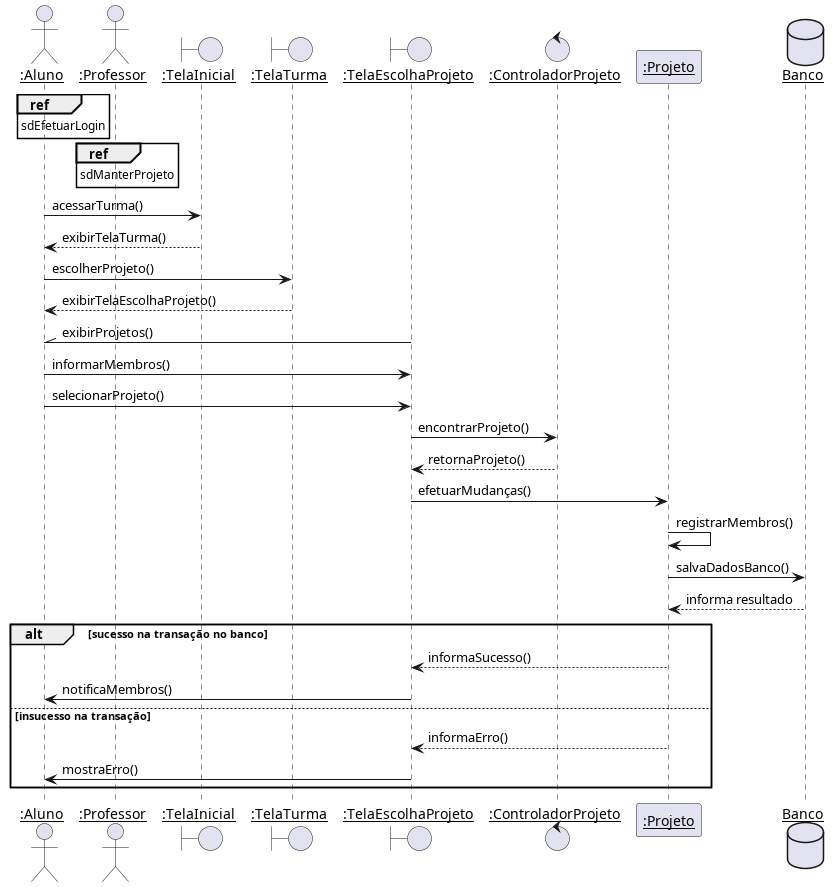
Pedro-V/projetorium keeps this PlantUML diagram as diagramas/sequencia/escolher_projeto.png. Above is the earlier version. The source it was exported from:
```plantuml
@startuml
skinparam sequenceParticipant underline

actor ":Aluno" as Aluno
actor ":Professor" as Professor
boundary ":TelaInicial" as TelaInicial
boundary ":TelaTurma" as TelaTurma
boundary ":TelaEscolhaProjeto" as TelaEscolhaProjeto
control ":ControladorProjeto" as ControladorProjeto
participant ":Projeto" as Projeto
database Banco

ref over Aluno : sdEfetuarLogin
ref over Professor : sdManterProjeto

Aluno -> TelaInicial : acessarTurma()
TelaInicial --> Aluno : exibirTelaTurma()
Aluno -> TelaTurma : escolherProjeto()
TelaTurma --> Aluno : exibirTelaEscolhaProjeto()
TelaEscolhaProjeto -\\ Aluno : exibirProjetos()
Aluno -> TelaEscolhaProjeto : informarMembros()
Aluno -> TelaEscolhaProjeto : selecionarProjeto()
TelaEscolhaProjeto -> ControladorProjeto : encontrarProjeto()
ControladorProjeto --> TelaEscolhaProjeto : retornaProjeto()
TelaEscolhaProjeto -> Projeto : efetuarMudanças()
Projeto -> Projeto : registrarMembros()
Projeto -> Banco : salvaDadosBanco()
Banco --> Projeto : informa resultado
alt sucesso na transação no banco
    Projeto --> TelaEscolhaProjeto : informaSucesso()
    TelaEscolhaProjeto -> Aluno : notificaMembros()
else insucesso na transação
    Projeto --> TelaEscolhaProjeto : informaErro()
    TelaEscolhaProjeto -> Aluno : mostraErro()
end
@enduml
```
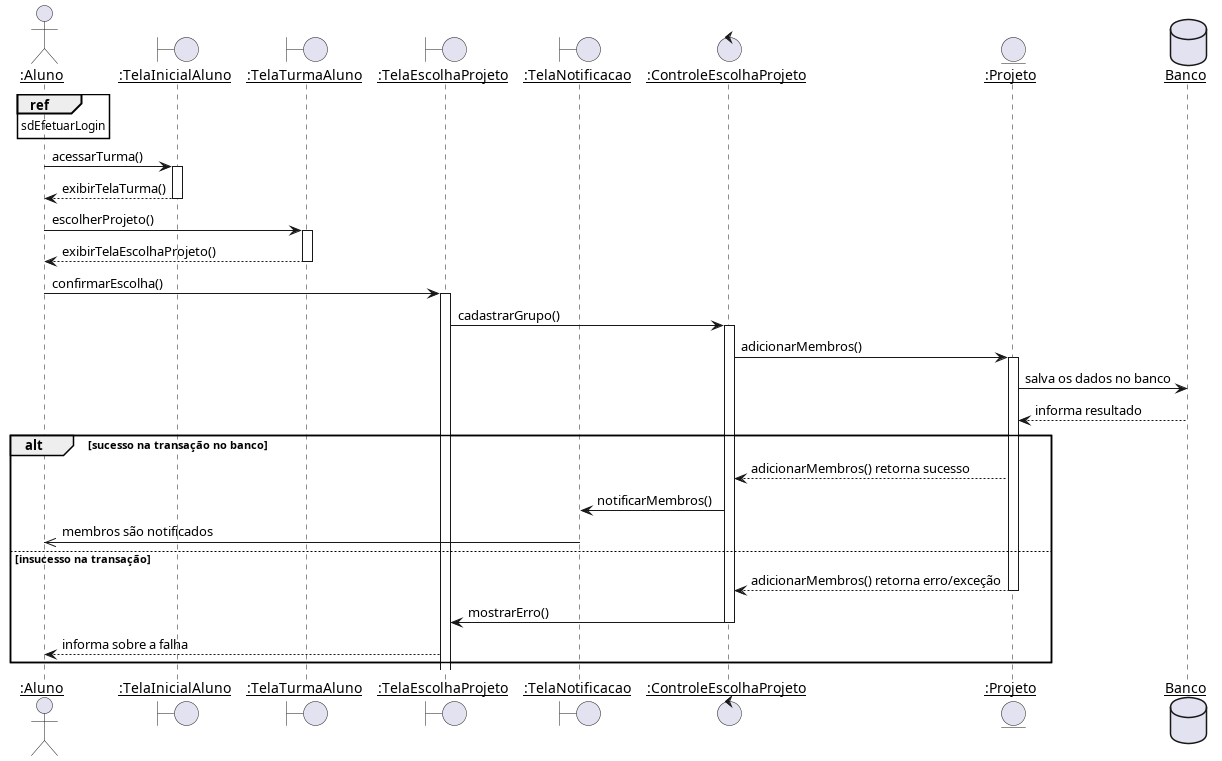
The same diagram one commit later.

Diff of the diagram source:
```diff
@@ -2,35 +2,32 @@
 skinparam sequenceParticipant underline
 
 actor ":Aluno" as Aluno
-actor ":Professor" as Professor
-boundary ":TelaInicial" as TelaInicial
-boundary ":TelaTurma" as TelaTurma
+boundary ":TelaInicialAluno" as TelaInicialTurma
+boundary ":TelaTurmaAluno" as TelaTurmaAluno
 boundary ":TelaEscolhaProjeto" as TelaEscolhaProjeto
-control ":ControladorProjeto" as ControladorProjeto
-participant ":Projeto" as Projeto
+boundary ":TelaNotificacao" as TelaNotificacao
+control ":ControleEscolhaProjeto" as ControleEscolhaProjeto
+entity ":Projeto" as Projeto
 database Banco
 
 ref over Aluno : sdEfetuarLogin
-ref over Professor : sdManterProjeto
 
-Aluno -> TelaInicial : acessarTurma()
-TelaInicial --> Aluno : exibirTelaTurma()
-Aluno -> TelaTurma : escolherProjeto()
-TelaTurma --> Aluno : exibirTelaEscolhaProjeto()
-TelaEscolhaProjeto -\\ Aluno : exibirProjetos()
-Aluno -> TelaEscolhaProjeto : informarMembros()
-Aluno -> TelaEscolhaProjeto : selecionarProjeto()
-TelaEscolhaProjeto -> ControladorProjeto : encontrarProjeto()
-ControladorProjeto --> TelaEscolhaProjeto : retornaProjeto()
-TelaEscolhaProjeto -> Projeto : efetuarMudanças()
-Projeto -> Projeto : registrarMembros()
-Projeto -> Banco : salvaDadosBanco()
+Aluno -> TelaInicialTurma ++: acessarTurma()
+TelaInicialTurma --> Aluno --: exibirTelaTurma()
+Aluno -> TelaTurmaAluno ++: escolherProjeto()
+TelaTurmaAluno --> Aluno --: exibirTelaEscolhaProjeto()
+Aluno -> TelaEscolhaProjeto ++: confirmarEscolha()
+TelaEscolhaProjeto -> ControleEscolhaProjeto ++: cadastrarGrupo()
+ControleEscolhaProjeto -> Projeto ++: adicionarMembros()
+Projeto -> Banco : salva os dados no banco
 Banco --> Projeto : informa resultado
 alt sucesso na transação no banco
-    Projeto --> TelaEscolhaProjeto : informaSucesso()
-    TelaEscolhaProjeto -> Aluno : notificaMembros()
+  Projeto --> ControleEscolhaProjeto : adicionarMembros() retorna sucesso
+  ControleEscolhaProjeto -> TelaNotificacao : notificarMembros()
+  TelaNotificacao ->> Aluno : membros são notificados
 else insucesso na transação
-    Projeto --> TelaEscolhaProjeto : informaErro()
-    TelaEscolhaProjeto -> Aluno : mostraErro()
+  Projeto --> ControleEscolhaProjeto --: adicionarMembros() retorna erro/exceção
+  ControleEscolhaProjeto -> TelaEscolhaProjeto --: mostrarErro()
+  TelaEscolhaProjeto --> Aluno : informa sobre a falha
 end
 @enduml
```
